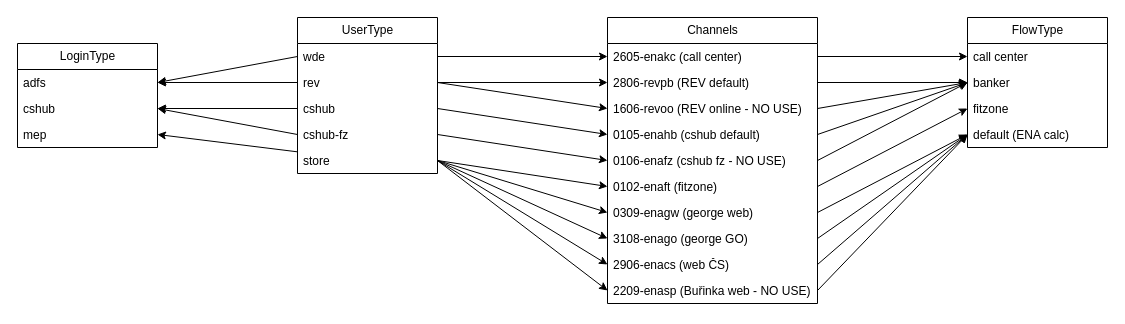
The draw.io diagram ENA_model.drawio in ondrejtuma-ext43301/diagrams, before the edit. Source tidied: cells renumbered, new cells numbered last; positions are measured from the earlier drawing's top-left corner, leaving out a move shared by most shapes. Both pictures are drawn from the tidied source at 100%, with x=0, y=0 at pixel (17, 17).
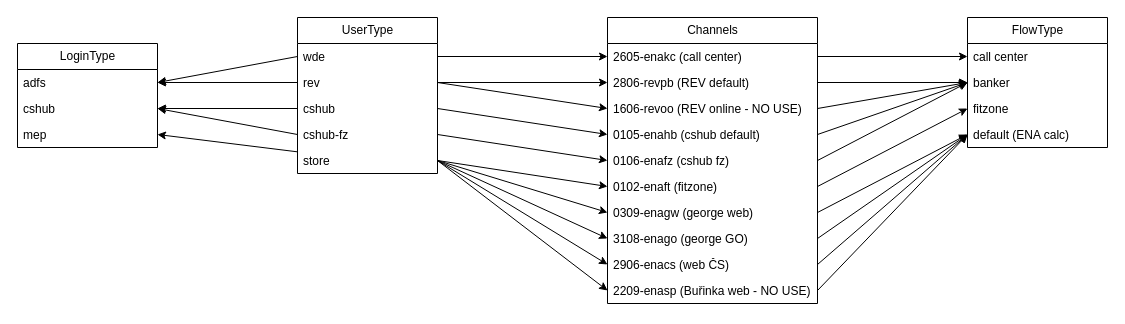
The same diagram, later.

Commit message:
chore: remove NO USE label from 0106-enafz

The change refers to these unchanged cells:
```xml
<mxCell id="12" value="Channels" style="swimlane;fontStyle=0;horizontal=1;startSize=26;fillColor=none;html=1;" parent="1" vertex="1">
  <mxGeometry x="590" width="210" height="286" as="geometry" />
</mxCell>
```

The edit, as a diff of the source:
```diff
@@
-    <mxCell id="17" value="0106-enafz (cshub fz - NO USE)" style="text;strokeColor=none;fillColor=none;align=left;verticalAlign=top;spacingLeft=4;spacingRight=4;overflow=hidden;points=[[0,0.5],[1,0.5]];portConstraint=eastwest;whiteSpace=wrap;html=1;" parent="12" vertex="1">
+    <mxCell id="17" value="0106-enafz (cshub fz)" style="text;strokeColor=none;fillColor=none;align=left;verticalAlign=top;spacingLeft=4;spacingRight=4;overflow=hidden;points=[[0,0.5],[1,0.5]];portConstraint=eastwest;whiteSpace=wrap;html=1;" parent="12" vertex="1">
       <mxGeometry y="130" width="210" height="26" as="geometry" />
     </mxCell>
```
